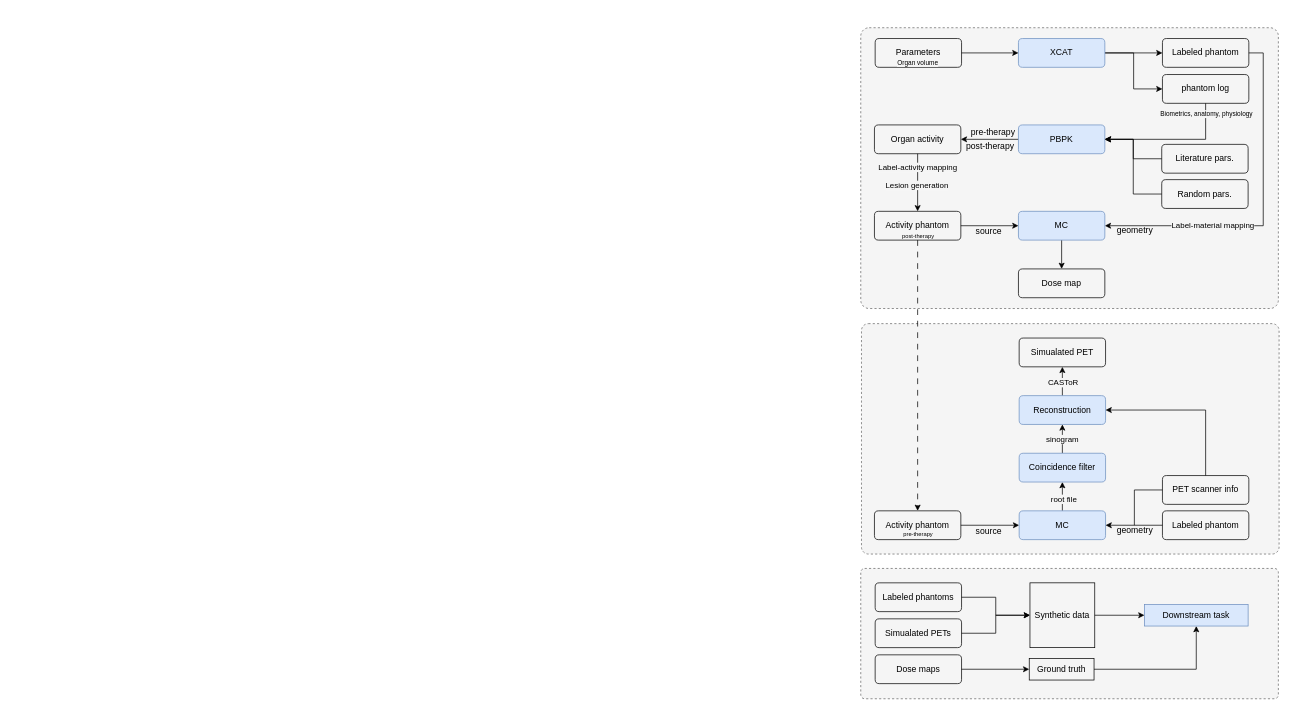
jizhang02/Figure-Factory keeps this draw.io diagram as page "newRT" (6 of 6) of Fig_CS/source-file/work_treatment.drawio. Above is the earlier version. Source tidied: cells renumbered, new cells numbered last; positions are measured from the earlier drawing's top-left corner, leaving out a move shared by most shapes. Both pictures are drawn from the tidied source at 72%, with x=0, y=0 at pixel (860, 27).
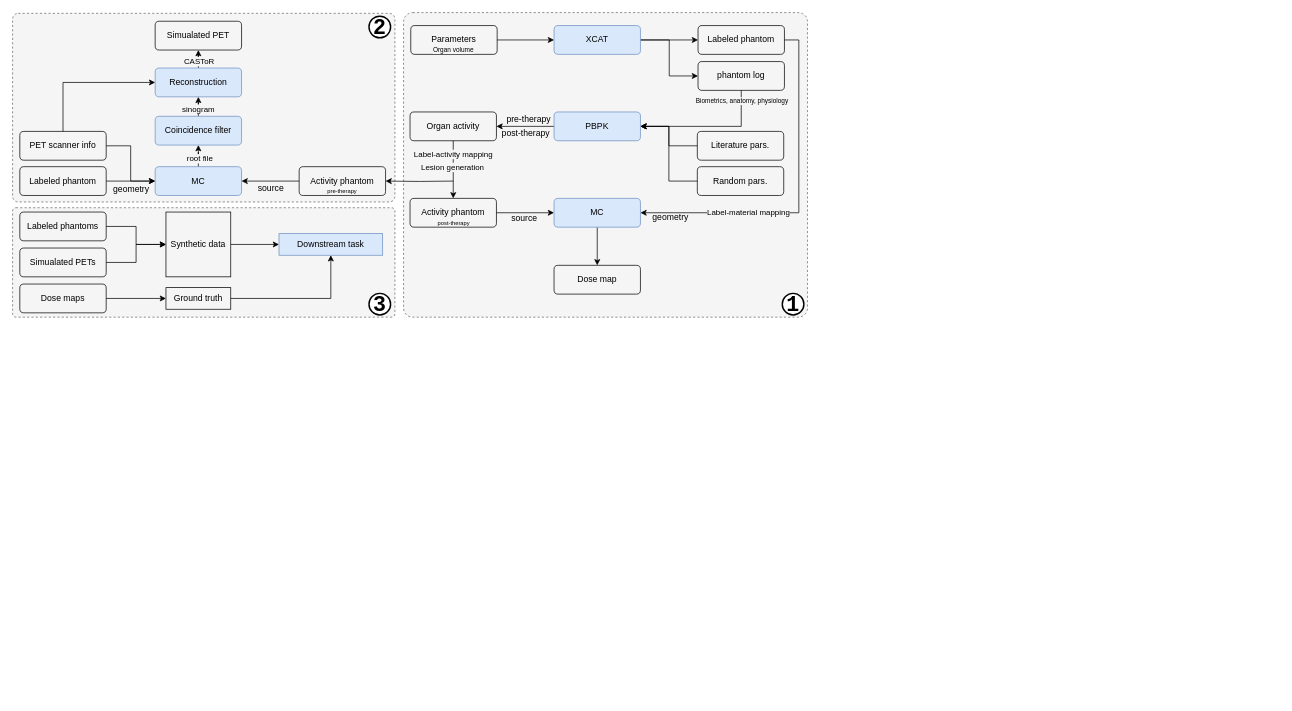
The same page after the edit.

Change to the diagram source:
```diff
@@
     <mxCell id="2" style="rounded=1;whiteSpace=wrap;html=1;fillColor=#f5f5f5;arcSize=3;fontColor=#333333;strokeColor=#666666;dashed=1;" parent="1" vertex="1">
-      <mxGeometry y="751" width="580" height="181" as="geometry" />
+      <mxGeometry x="-1178" y="250" width="531" height="152" as="geometry" />
     </mxCell>
     <mxCell id="3" style="rounded=1;whiteSpace=wrap;html=1;fillColor=#f5f5f5;arcSize=3;fontColor=#333333;strokeColor=#666666;dashed=1;" parent="1" vertex="1">
-      <mxGeometry x="1" y="411" width="580" height="320" as="geometry" />
+      <mxGeometry x="-1178" y="-20" width="531" height="262" as="geometry" />
     </mxCell>
     <mxCell id="4" style="rounded=1;whiteSpace=wrap;html=1;fillColor=#f5f5f5;arcSize=3;fontColor=#333333;strokeColor=#666666;dashed=1;" parent="1" vertex="1">
-      <mxGeometry width="580" height="390" as="geometry" />
+      <mxGeometry x="-635" y="-21" width="561" height="423" as="geometry" />
     </mxCell>
@@
     <mxCell id="7" value="XCAT" style="rounded=1;whiteSpace=wrap;html=1;fillColor=#dae8fc;arcSize=14;strokeColor=#6c8ebf;" parent="1" vertex="1">
-      <mxGeometry x="219" y="15" width="120" height="40" as="geometry" />
+      <mxGeometry x="-426" y="-3" width="120" height="40" as="geometry" />
     </mxCell>
@@
     <mxCell id="9" value="Parameters" style="rounded=1;whiteSpace=wrap;html=1;fillColor=none;arcSize=14;" parent="1" vertex="1">
-      <mxGeometry x="20" y="15" width="120" height="40" as="geometry" />
+      <mxGeometry x="-625" y="-3" width="120" height="40" as="geometry" />
     </mxCell>
@@
     <mxCell id="12" value="Labeled phantom" style="rounded=1;whiteSpace=wrap;html=1;fillColor=none;arcSize=14;" parent="1" vertex="1">
-      <mxGeometry x="419" y="15" width="120" height="40" as="geometry" />
+      <mxGeometry x="-226" y="-3" width="120" height="40" as="geometry" />
     </mxCell>
@@
     <mxCell id="14" value="PBPK" style="rounded=1;whiteSpace=wrap;html=1;fillColor=#dae8fc;arcSize=14;strokeColor=#6c8ebf;" parent="1" vertex="1">
-      <mxGeometry x="219" y="135" width="120" height="40" as="geometry" />
+      <mxGeometry x="-426" y="117" width="120" height="40" as="geometry" />
     </mxCell>
@@
     <mxCell id="16" value="phantom log" style="rounded=1;whiteSpace=wrap;html=1;fillColor=none;arcSize=14;labelPosition=center;verticalLabelPosition=middle;align=center;verticalAlign=middle;" parent="1" vertex="1">
-      <mxGeometry x="419" y="65" width="120" height="40" as="geometry" />
+      <mxGeometry x="-226" y="47" width="120" height="40" as="geometry" />
     </mxCell>
@@
     <mxCell id="19" value="Organ activity" style="rounded=1;whiteSpace=wrap;html=1;fillColor=none;arcSize=14;" parent="1" vertex="1">
-      <mxGeometry x="19" y="135" width="120" height="40" as="geometry" />
+      <mxGeometry x="-626" y="117" width="120" height="40" as="geometry" />
     </mxCell>
@@
     <mxCell id="21" value="Literature pars." style="rounded=1;whiteSpace=wrap;html=1;fillColor=none;arcSize=14;" parent="1" vertex="1">
-      <mxGeometry x="418" y="162" width="120" height="40" as="geometry" />
+      <mxGeometry x="-227" y="144" width="120" height="40" as="geometry" />
     </mxCell>
@@
     <mxCell id="23" value="Random pars." style="rounded=1;whiteSpace=wrap;html=1;fillColor=none;arcSize=14;" parent="1" vertex="1">
-      <mxGeometry x="418" y="211" width="120" height="40" as="geometry" />
+      <mxGeometry x="-227" y="193" width="120" height="40" as="geometry" />
     </mxCell>
@@
-    <mxCell id="25" style="edgeStyle=orthogonalEdgeStyle;rounded=0;jettySize=auto;html=1;entryX=0.5;entryY=0;entryDx=0;entryDy=0;dashed=1;dashPattern=8 8;" parent="1" edge="1" source="26" target="36">
-      <mxGeometry relative="1" as="geometry" />
+    <mxCell id="25" style="edgeStyle=orthogonalEdgeStyle;rounded=0;jettySize=auto;html=1;entryX=1;entryY=0.5;entryDx=0;entryDy=0;" parent="1" edge="1" target="36">
+      <mxGeometry relative="1" as="geometry">
+        <mxPoint x="-566" y="213" as="sourcePoint" />
+      </mxGeometry>
     </mxCell>
     <mxCell id="26" value="Activity phantom" style="rounded=1;whiteSpace=wrap;html=1;fillColor=none;arcSize=14;" parent="1" vertex="1">
-      <mxGeometry x="19" y="255" width="120" height="40" as="geometry" />
+      <mxGeometry x="-626" y="237" width="120" height="40" as="geometry" />
     </mxCell>
@@
     <mxCell id="28" value="MC" style="rounded=1;whiteSpace=wrap;html=1;fillColor=#dae8fc;arcSize=14;strokeColor=#6c8ebf;" parent="1" vertex="1">
-      <mxGeometry x="219" y="255" width="120" height="40" as="geometry" />
+      <mxGeometry x="-426" y="237" width="120" height="40" as="geometry" />
     </mxCell>
     <mxCell id="29" value="Dose map" style="rounded=1;whiteSpace=wrap;html=1;fillColor=none;arcSize=14;" parent="1" vertex="1">
-      <mxGeometry x="219" y="335" width="120" height="40" as="geometry" />
+      <mxGeometry x="-426" y="330" width="120" height="40" as="geometry" />
     </mxCell>
     <mxCell id="30" value="pre-therapy" style="text;html=1;strokeColor=none;fillColor=none;align=center;verticalAlign=middle;whiteSpace=wrap;rounded=0;" parent="1" vertex="1">
-      <mxGeometry x="145" y="135" width="78" height="20" as="geometry" />
+      <mxGeometry x="-500" y="117" width="78" height="20" as="geometry" />
     </mxCell>
     <mxCell id="31" value="post-therapy" style="text;html=1;strokeColor=none;fillColor=none;align=center;verticalAlign=middle;whiteSpace=wrap;rounded=0;" parent="1" vertex="1">
-      <mxGeometry x="141" y="155" width="78" height="20" as="geometry" />
+      <mxGeometry x="-504" y="137" width="78" height="20" as="geometry" />
     </mxCell>
     <mxCell id="32" value="source" style="text;html=1;strokeColor=none;fillColor=none;align=center;verticalAlign=middle;whiteSpace=wrap;rounded=0;" parent="1" vertex="1">
-      <mxGeometry x="139" y="273" width="78" height="20" as="geometry" />
+      <mxGeometry x="-506" y="255" width="78" height="20" as="geometry" />
     </mxCell>
     <mxCell id="33" value="geometry" style="text;html=1;strokeColor=none;fillColor=none;align=center;verticalAlign=middle;whiteSpace=wrap;rounded=0;" parent="1" vertex="1">
-      <mxGeometry x="342" y="272" width="78" height="20" as="geometry" />
+      <mxGeometry x="-303" y="254" width="78" height="20" as="geometry" />
     </mxCell>
     <mxCell id="34" value="Lesion generation" style="edgeLabel;html=1;align=center;verticalAlign=middle;labelBackgroundColor=#f5f5f5;" parent="1" vertex="1">
-      <mxGeometry x="82" y="215" as="geometry">
+      <mxGeometry x="-563" y="190" as="geometry">
         <mxPoint x="-5" y="3" as="offset" />
       </mxGeometry>
     </mxCell>
-    <mxCell id="35" style="edgeStyle=orthogonalEdgeStyle;rounded=0;jettySize=auto;html=1;" parent="1" edge="1" source="36" target="38">
+    <mxCell id="35" style="edgeStyle=orthogonalEdgeStyle;rounded=0;jettySize=auto;html=1;entryX=1;entryY=0.5;entryDx=0;entryDy=0;" parent="1" edge="1" source="36" target="38">
       <mxGeometry relative="1" as="geometry" />
     </mxCell>
     <mxCell id="36" value="Activity phantom" style="rounded=1;whiteSpace=wrap;html=1;fillColor=none;arcSize=14;" parent="1" vertex="1">
-      <mxGeometry x="19" y="671" width="120" height="40" as="geometry" />
+      <mxGeometry x="-780" y="193" width="120" height="40" as="geometry" />
     </mxCell>
@@
     <mxCell id="38" value="MC" style="rounded=1;whiteSpace=wrap;html=1;fillColor=#dae8fc;arcSize=14;strokeColor=#6c8ebf;" parent="1" vertex="1">
-      <mxGeometry x="220" y="671" width="120" height="40" as="geometry" />
+      <mxGeometry x="-980" y="193" width="120" height="40" as="geometry" />
     </mxCell>
     <mxCell id="39" value="source" style="text;html=1;strokeColor=none;fillColor=none;align=center;verticalAlign=middle;whiteSpace=wrap;rounded=0;" parent="1" vertex="1">
-      <mxGeometry x="139" y="689" width="78" height="20" as="geometry" />
+      <mxGeometry x="-858" y="213" width="78" height="20" as="geometry" />
     </mxCell>
-    <mxCell id="40" style="edgeStyle=orthogonalEdgeStyle;rounded=0;jettySize=auto;html=1;entryX=1;entryY=0.5;entryDx=0;entryDy=0;" parent="1" edge="1" source="41" target="38">
+    <mxCell id="40" style="edgeStyle=orthogonalEdgeStyle;rounded=0;jettySize=auto;html=1;entryX=0;entryY=0.5;entryDx=0;entryDy=0;" parent="1" edge="1" source="41" target="38">
       <mxGeometry relative="1" as="geometry" />
     </mxCell>
     <mxCell id="41" value="Labeled phantom" style="rounded=1;whiteSpace=wrap;html=1;fillColor=none;arcSize=14;" parent="1" vertex="1">
-      <mxGeometry x="419" y="671" width="120" height="40" as="geometry" />
+      <mxGeometry x="-1168" y="193" width="120" height="40" as="geometry" />
     </mxCell>
     <mxCell id="42" value="geometry" style="text;html=1;strokeColor=none;fillColor=none;align=center;verticalAlign=middle;whiteSpace=wrap;rounded=0;" parent="1" vertex="1">
-      <mxGeometry x="342" y="688" width="78" height="20" as="geometry" />
+      <mxGeometry x="-1042" y="214" width="58" height="20" as="geometry" />
     </mxCell>
@@
     <mxCell id="44" value="Coincidence filter" style="rounded=1;whiteSpace=wrap;html=1;fillColor=#dae8fc;arcSize=14;strokeColor=#6c8ebf;" parent="1" vertex="1">
-      <mxGeometry x="220" y="591" width="120" height="40" as="geometry" />
+      <mxGeometry x="-980" y="123" width="120" height="40" as="geometry" />
     </mxCell>
@@
     <mxCell id="46" value="Reconstruction" style="rounded=1;whiteSpace=wrap;html=1;fillColor=#dae8fc;arcSize=14;strokeColor=#6c8ebf;" parent="1" vertex="1">
-      <mxGeometry x="220" y="511" width="120" height="40" as="geometry" />
+      <mxGeometry x="-980" y="56" width="120" height="40" as="geometry" />
     </mxCell>
     <mxCell id="47" value="CASToR" style="edgeLabel;html=1;align=center;verticalAlign=middle;labelBackgroundColor=#f5f5f5;" parent="1" vertex="1">
-      <mxGeometry x="280" y="492" as="geometry" />
+      <mxGeometry x="-920" y="46" as="geometry" />
     </mxCell>
     <mxCell id="48" value="post-therapy" style="text;html=1;strokeColor=none;fillColor=none;align=center;verticalAlign=middle;whiteSpace=wrap;rounded=0;fontSize=8;" parent="1" vertex="1">
-      <mxGeometry x="41" y="282" width="78" height="14" as="geometry" />
+      <mxGeometry x="-604" y="264" width="78" height="14" as="geometry" />
     </mxCell>
     <mxCell id="49" value="pre-therapy" style="text;html=1;strokeColor=none;fillColor=none;align=center;verticalAlign=middle;whiteSpace=wrap;rounded=0;fontSize=8;" parent="1" vertex="1">
-      <mxGeometry x="41" y="697" width="78" height="14" as="geometry" />
+      <mxGeometry x="-759" y="220" width="78" height="14" as="geometry" />
     </mxCell>
-    <mxCell id="50" style="edgeStyle=orthogonalEdgeStyle;rounded=0;jettySize=auto;html=1;entryX=1;entryY=0.5;entryDx=0;entryDy=0;exitX=0.5;exitY=0;exitDx=0;exitDy=0;" parent="1" edge="1" source="52" target="46">
+    <mxCell id="50" style="edgeStyle=orthogonalEdgeStyle;rounded=0;jettySize=auto;html=1;entryX=0;entryY=0.5;entryDx=0;entryDy=0;exitX=0.5;exitY=0;exitDx=0;exitDy=0;" parent="1" edge="1" source="52" target="46">
       <mxGeometry relative="1" as="geometry" />
     </mxCell>
-    <mxCell id="51" style="edgeStyle=orthogonalEdgeStyle;rounded=0;jettySize=auto;html=1;endArrow=none;endFill=0;startSize=5;" parent="1" edge="1" source="52">
-      <mxGeometry relative="1" as="geometry">
-        <mxPoint x="380" y="691" as="targetPoint" />
-        <Array as="points">
-          <mxPoint x="380" y="642" />
-        </Array>
-      </mxGeometry>
-    </mxCell>
+    <mxCell id="69" style="edgeStyle=orthogonalEdgeStyle;rounded=0;jettySize=auto;html=1;entryX=0;entryY=0.5;entryDx=0;entryDy=0;" parent="1" edge="1" source="52" target="38">
+      <mxGeometry relative="1" as="geometry" />
+    </mxCell>
     <mxCell id="52" value="PET scanner info" style="rounded=1;whiteSpace=wrap;html=1;fillColor=none;arcSize=14;" parent="1" vertex="1">
-      <mxGeometry x="419" y="622" width="120" height="40" as="geometry" />
+      <mxGeometry x="-1168" y="144" width="120" height="40" as="geometry" />
     </mxCell>
     <mxCell id="53" value="sinogram" style="edgeLabel;html=1;align=center;verticalAlign=middle;labelBackgroundColor=#f5f5f5;" parent="1" vertex="1">
-      <mxGeometry x="279" y="571" as="geometry" />
+      <mxGeometry x="-921" y="112" as="geometry" />
     </mxCell>
     <mxCell id="54" value="Biometrics, anatomy, physiology" style="edgeLabel;html=1;align=center;verticalAlign=middle;labelBackgroundColor=#f5f5f5;fontSize=9;" parent="1" vertex="1">
-      <mxGeometry x="489" y="108" as="geometry">
+      <mxGeometry x="-156" y="90" as="geometry">
         <mxPoint x="-10" y="11" as="offset" />
       </mxGeometry>
     </mxCell>
     <mxCell id="55" value="Simualated PET" style="rounded=1;whiteSpace=wrap;html=1;fillColor=none;arcSize=14;" parent="1" vertex="1">
-      <mxGeometry x="220" y="431" width="120" height="40" as="geometry" />
+      <mxGeometry x="-980" y="-9" width="120" height="40" as="geometry" />
     </mxCell>
     <mxCell id="56" value="root file" style="edgeLabel;html=1;align=center;verticalAlign=middle;labelBackgroundColor=#f5f5f5;" parent="1" vertex="1">
-      <mxGeometry x="250" y="662" as="geometry">
+      <mxGeometry x="-950" y="189" as="geometry">
         <mxPoint x="31" y="-8" as="offset" />
       </mxGeometry>
     </mxCell>
@@
     <mxCell id="58" value="Dose maps" style="rounded=1;whiteSpace=wrap;html=1;fillColor=none;arcSize=14;" parent="1" vertex="1">
-      <mxGeometry x="20" y="871" width="120" height="40" as="geometry" />
+      <mxGeometry x="-1168" y="356" width="120" height="40" as="geometry" />
     </mxCell>
@@
     <mxCell id="60" value="Labeled phantoms" style="rounded=1;whiteSpace=wrap;html=1;fillColor=none;arcSize=14;" parent="1" vertex="1">
-      <mxGeometry x="20" y="771" width="120" height="40" as="geometry" />
+      <mxGeometry x="-1168" y="256" width="120" height="40" as="geometry" />
     </mxCell>
@@
     <mxCell id="62" value="Simualated PETs" style="rounded=1;whiteSpace=wrap;html=1;fillColor=none;arcSize=14;" parent="1" vertex="1">
-      <mxGeometry x="20" y="821" width="120" height="40" as="geometry" />
+      <mxGeometry x="-1168" y="306" width="120" height="40" as="geometry" />
     </mxCell>
     <mxCell id="63" value="Organ volume" style="edgeLabel;html=1;align=center;verticalAlign=middle;labelBackgroundColor=#f5f5f5;fontSize=9;" parent="1" vertex="1">
-      <mxGeometry x="88" y="37" as="geometry">
+      <mxGeometry x="-557" y="19" as="geometry">
         <mxPoint x="-10" y="11" as="offset" />
       </mxGeometry>
     </mxCell>
@@
     <mxCell id="65" value="Ground truth" style="text;html=1;strokeColor=default;fillColor=none;align=center;verticalAlign=middle;whiteSpace=wrap;rounded=0;" parent="1" vertex="1">
-      <mxGeometry x="234" y="876" width="90" height="30" as="geometry" />
+      <mxGeometry x="-965" y="361" width="90" height="30" as="geometry" />
     </mxCell>
@@
     <mxCell id="67" value="Synthetic data" style="text;html=1;strokeColor=default;fillColor=none;align=center;verticalAlign=middle;whiteSpace=wrap;rounded=0;" parent="1" vertex="1">
-      <mxGeometry x="235" y="771" width="90" height="90" as="geometry" />
+      <mxGeometry x="-965" y="256" width="90" height="90" as="geometry" />
     </mxCell>
     <mxCell id="68" value="Downstream task" style="text;html=1;strokeColor=#6c8ebf;fillColor=#dae8fc;align=center;verticalAlign=middle;whiteSpace=wrap;rounded=0;" parent="1" vertex="1">
-      <mxGeometry x="394" y="801" width="144" height="30" as="geometry" />
+      <mxGeometry x="-808" y="286" width="144" height="30" as="geometry" />
     </mxCell>
+    <mxCell id="70" value="&lt;font face=&quot;Courier New&quot; style=&quot;font-size: 30px;&quot;&gt;&lt;b style=&quot;font-size: 30px;&quot;&gt;1&lt;/b&gt;&lt;/font&gt;" style="ellipse;whiteSpace=wrap;html=1;fontSize=30;strokeWidth=2;" parent="1" vertex="1">
+      <mxGeometry x="-109" y="369" width="30" height="30" as="geometry" />
+    </mxCell>
+    <mxCell id="71" value="&lt;font face=&quot;Courier New&quot; style=&quot;font-size: 30px;&quot;&gt;&lt;b style=&quot;font-size: 30px;&quot;&gt;2&lt;/b&gt;&lt;/font&gt;" style="ellipse;whiteSpace=wrap;html=1;fontSize=30;strokeWidth=2;" parent="1" vertex="1">
+      <mxGeometry x="-683" y="-16" width="30" height="30" as="geometry" />
+    </mxCell>
+    <mxCell id="72" value="&lt;font face=&quot;Courier New&quot; style=&quot;font-size: 30px;&quot;&gt;&lt;b style=&quot;font-size: 30px;&quot;&gt;3&lt;/b&gt;&lt;/font&gt;" style="ellipse;whiteSpace=wrap;html=1;fontSize=30;strokeWidth=2;" parent="1" vertex="1">
+      <mxGeometry x="-683" y="369" width="30" height="30" as="geometry" />
+    </mxCell>
```
